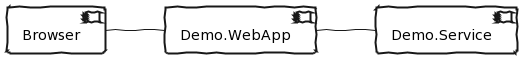
Earlier version of the PlantUML export src/1-basic/docs/generated/basic-demo.png (sgryphon/dotnet-distributed-tracing-examples). Source of this version:
```plantuml
@startuml
left to right direction
skinparam {
    ComponentBackgroundColor white
    ComponentBorderThickness 2
    RectangleBackgroundColor white
    RectangleBorderThickness 2
    Handwritten true
}

component Browser
component Demo.WebApp
component Demo.Service

Browser -- Demo.WebApp
Demo.WebApp -- Demo.Service

@endml
```
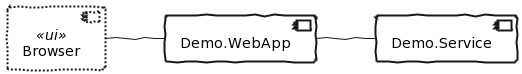
Above is the later version.

What changed in the source:
```diff
@@ -1,14 +1,22 @@
 @startuml
 left to right direction
-skinparam {
-    ComponentBackgroundColor white
-    ComponentBorderThickness 2
-    RectangleBackgroundColor white
-    RectangleBorderThickness 2
-    Handwritten true
-}
+skinparam handwritten true
+skinparam useBetaStyle true
+<style>
+    component
+    {
+        backgroundColor white
+    }
+    component, database, queue, rectangle {
+        lineThickness 2
+    }
+    .ui {
+        lineStyle 2
+    }
+</style>
 
-component Browser
+
+component Browser <<ui>>
 component Demo.WebApp
 component Demo.Service
 
```
